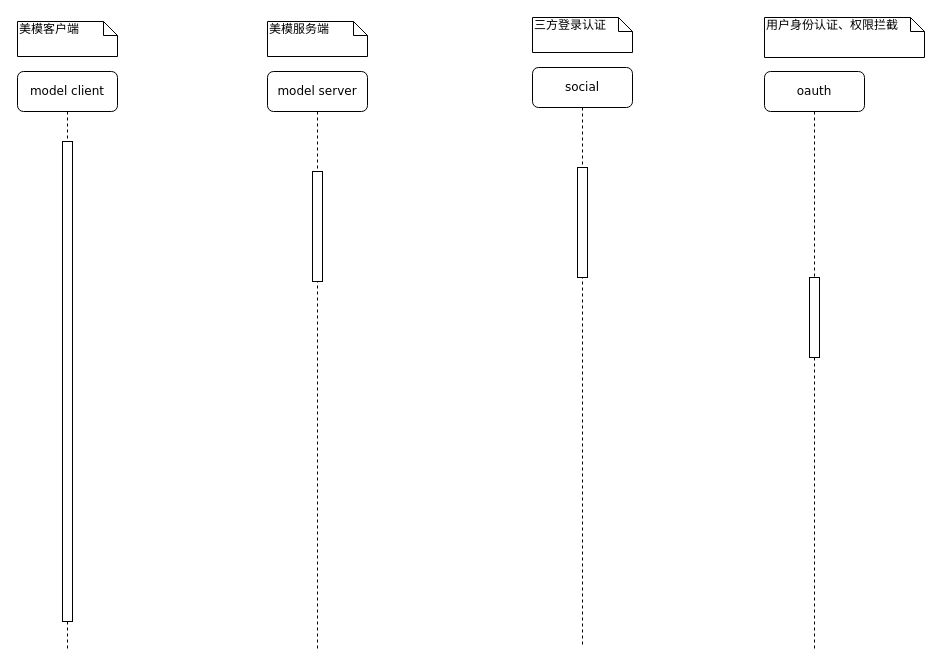
The draw.io diagram 登录时序图.drawio in ammengke/my-drawio, before the edit. Source tidied: cells renumbered, new cells numbered last; positions are measured from the earlier drawing's top-left corner, leaving out a move shared by most shapes. Both pictures are drawn from the tidied source at 100%, with x=0, y=0 at pixel (17, 17).
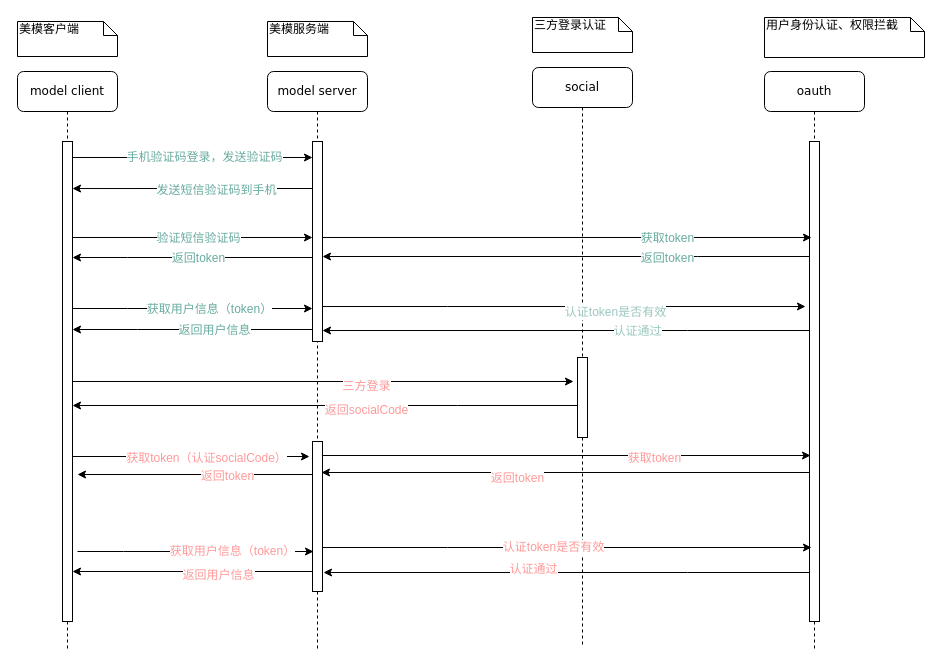
The same diagram, later.

Commit message:
Update 登录时序图.drawio

The change refers to these unchanged cells:
```xml
<mxCell id="2" value="social" style="shape=umlLifeline;perimeter=lifelinePerimeter;whiteSpace=wrap;html=1;rounded=1;shadow=0;comic=0;labelBackgroundColor=none;strokeColor=#000000;strokeWidth=1;fillColor=#FFFFFF;fontFamily=Verdana;fontSize=12;fontColor=#000000;align=center;" parent="1" vertex="1">
  <mxGeometry x="515" y="50" width="100" height="580" as="geometry" />
</mxCell>
<mxCell id="4" value="oauth" style="shape=umlLifeline;perimeter=lifelinePerimeter;whiteSpace=wrap;html=1;rounded=1;shadow=0;comic=0;labelBackgroundColor=none;strokeColor=#000000;strokeWidth=1;fillColor=#FFFFFF;fontFamily=Verdana;fontSize=12;fontColor=#000000;align=center;" parent="1" vertex="1">
  <mxGeometry x="747" y="54" width="100" height="580" as="geometry" />
</mxCell>
<mxCell id="8" value="model&amp;nbsp;server" style="shape=umlLifeline;perimeter=lifelinePerimeter;whiteSpace=wrap;html=1;rounded=1;shadow=0;comic=0;labelBackgroundColor=none;strokeColor=#000000;strokeWidth=1;fillColor=#FFFFFF;fontFamily=Verdana;fontSize=12;fontColor=#000000;align=center;" parent="1" vertex="1">
  <mxGeometry x="250" y="54" width="100" height="580" as="geometry" />
</mxCell>
<mxCell id="12" style="html=1;points=[];perimeter=orthogonalPerimeter;rounded=0;shadow=0;comic=0;labelBackgroundColor=none;strokeColor=#000000;strokeWidth=1;fillColor=#FFFFFF;fontFamily=Verdana;fontSize=12;fontColor=#000000;align=center;" parent="11" vertex="1">
  <mxGeometry x="45" y="70" width="10" height="480" as="geometry" />
</mxCell>
```

Change to the diagram source:
```diff
@@
-    <mxCell id="3" style="html=1;points=[];perimeter=orthogonalPerimeter;rounded=0;shadow=0;comic=0;labelBackgroundColor=none;strokeColor=#000000;strokeWidth=1;fillColor=#FFFFFF;fontFamily=Verdana;fontSize=12;fontColor=#000000;align=center;" parent="2" vertex="1">
-      <mxGeometry x="45" y="100" width="10" height="110" as="geometry" />
+    <mxCell id="3" style="html=1;points=[];perimeter=orthogonalPerimeter;rounded=0;shadow=0;comic=0;labelBackgroundColor=none;strokeColor=#000000;strokeWidth=1;fillColor=#FFFFFF;fontFamily=Verdana;fontSize=12;fontColor=#FF9999;align=center;" parent="2" vertex="1">
+      <mxGeometry x="45" y="290" width="10" height="80" as="geometry" />
     </mxCell>
@@
     <mxCell id="5" style="html=1;points=[];perimeter=orthogonalPerimeter;" parent="4" vertex="1">
-      <mxGeometry x="45" y="206" width="10" height="80" as="geometry" />
+      <mxGeometry x="45" y="70" width="10" height="480" as="geometry" />
     </mxCell>
@@
-    <mxCell id="9" style="html=1;points=[];perimeter=orthogonalPerimeter;rounded=0;shadow=0;comic=0;labelBackgroundColor=none;strokeColor=#000000;strokeWidth=1;fillColor=#FFFFFF;fontFamily=Verdana;fontSize=12;fontColor=#000000;align=center;" parent="8" vertex="1">
-      <mxGeometry x="45" y="100" width="10" height="110" as="geometry" />
+    <mxCell id="9" style="html=1;points=[];perimeter=orthogonalPerimeter;rounded=0;shadow=0;comic=0;labelBackgroundColor=none;strokeColor=#000000;strokeWidth=1;fillColor=#FFFFFF;fontFamily=Verdana;fontSize=12;fontColor=#67AB9F;align=center;" parent="8" vertex="1">
+      <mxGeometry x="45" y="70" width="10" height="200" as="geometry" />
     </mxCell>
+    <mxCell id="14" style="html=1;perimeter=orthogonalPerimeter;fontColor=#FF9999;" parent="8" vertex="1">
+      <mxGeometry x="45" y="370" width="10" height="150" as="geometry" />
+    </mxCell>
@@
+    <mxCell id="15" style="edgeStyle=orthogonalEdgeStyle;rounded=0;jettySize=auto;html=1;fontColor=#67AB9F;" parent="1" edge="1" source="12" target="9">
+      <mxGeometry relative="1" as="geometry">
+        <Array as="points">
+          <mxPoint x="200" y="140" />
+          <mxPoint x="200" y="140" />
+        </Array>
+      </mxGeometry>
+    </mxCell>
+    <mxCell id="16" value="手机验证码登录，发送验证码" style="text;html=1;align=center;verticalAlign=middle;labelBackgroundColor=#ffffff;fontColor=#67AB9F;" parent="15" vertex="1">
+      <mxGeometry x="0.21" y="14" relative="1" as="geometry">
+        <mxPoint x="-14" y="13" as="offset" />
+      </mxGeometry>
+    </mxCell>
+    <mxCell id="17" style="edgeStyle=orthogonalEdgeStyle;rounded=0;jettySize=auto;html=1;fontColor=#67AB9F;" parent="1" edge="1" source="12" target="9">
+      <mxGeometry relative="1" as="geometry">
+        <Array as="points">
+          <mxPoint x="180" y="220" />
+          <mxPoint x="180" y="220" />
+        </Array>
+      </mxGeometry>
+    </mxCell>
+    <mxCell id="18" value="验证短信验证码" style="text;html=1;align=center;verticalAlign=middle;labelBackgroundColor=#ffffff;fontColor=#67AB9F;" parent="17" vertex="1">
+      <mxGeometry x="0.38" y="3" relative="1" as="geometry">
+        <mxPoint x="-41" y="3" as="offset" />
+      </mxGeometry>
+    </mxCell>
+    <mxCell id="19" style="edgeStyle=orthogonalEdgeStyle;rounded=0;jettySize=auto;html=1;fontColor=#67AB9F;" parent="1" edge="1" source="9">
+      <mxGeometry relative="1" as="geometry">
+        <mxPoint x="794" y="220" as="targetPoint" />
+        <Array as="points">
+          <mxPoint x="794" y="220" />
+        </Array>
+      </mxGeometry>
+    </mxCell>
+    <mxCell id="20" value="获取token" style="text;html=1;align=center;verticalAlign=middle;labelBackgroundColor=#ffffff;fontColor=#67AB9F;" parent="19" vertex="1">
+      <mxGeometry x="-0.24" relative="1" as="geometry">
+        <mxPoint x="158" as="offset" />
+      </mxGeometry>
+    </mxCell>
+    <mxCell id="21" style="edgeStyle=orthogonalEdgeStyle;rounded=0;jettySize=auto;html=1;entryX=1;entryY=0.575;entryDx=0;entryDy=0;entryPerimeter=0;fontColor=#67AB9F;" parent="1" edge="1" source="5" target="9">
+      <mxGeometry relative="1" as="geometry">
+        <Array as="points">
+          <mxPoint x="680" y="239" />
+          <mxPoint x="680" y="239" />
+        </Array>
+      </mxGeometry>
+    </mxCell>
+    <mxCell id="22" value="返回token" style="text;html=1;align=center;verticalAlign=middle;labelBackgroundColor=#ffffff;fontColor=#67AB9F;" parent="21" vertex="1">
+      <mxGeometry x="0.06" y="3" relative="1" as="geometry">
+        <mxPoint x="115" y="-2" as="offset" />
+      </mxGeometry>
+    </mxCell>
+    <mxCell id="23" style="edgeStyle=orthogonalEdgeStyle;rounded=0;jettySize=auto;html=1;fontColor=#67AB9F;" parent="1" edge="1" source="9" target="12">
+      <mxGeometry relative="1" as="geometry">
+        <Array as="points">
+          <mxPoint x="110" y="240" />
+          <mxPoint x="110" y="240" />
+        </Array>
+      </mxGeometry>
+    </mxCell>
+    <mxCell id="24" value="返回token" style="text;html=1;align=center;verticalAlign=middle;labelBackgroundColor=#ffffff;fontColor=#67AB9F;" parent="23" vertex="1">
+      <mxGeometry x="0.54" y="92" relative="1" as="geometry">
+        <mxPoint x="70" y="-92" as="offset" />
+      </mxGeometry>
+    </mxCell>
+    <mxCell id="25" style="edgeStyle=orthogonalEdgeStyle;rounded=0;orthogonalLoop=1;jettySize=auto;html=1;entryX=0;entryY=0.725;entryDx=0;entryDy=0;entryPerimeter=0;fontColor=#67AB9F;" parent="1" edge="1">
+      <mxGeometry relative="1" as="geometry">
+        <mxPoint x="55" y="291" as="sourcePoint" />
+        <mxPoint x="295" y="291" as="targetPoint" />
+        <Array as="points">
+          <mxPoint x="110" y="291" />
+          <mxPoint x="110" y="291" />
+        </Array>
+      </mxGeometry>
+    </mxCell>
+    <mxCell id="26" value="获取用户信息（token）" style="text;html=1;align=center;verticalAlign=middle;labelBackgroundColor=#ffffff;fontColor=#67AB9F;" parent="25" vertex="1">
+      <mxGeometry x="0.13" relative="1" as="geometry" />
+    </mxCell>
+    <mxCell id="27" style="edgeStyle=orthogonalEdgeStyle;rounded=0;orthogonalLoop=1;jettySize=auto;html=1;fontColor=#67AB9F;" parent="1" edge="1">
+      <mxGeometry relative="1" as="geometry">
+        <mxPoint x="295" y="312" as="sourcePoint" />
+        <mxPoint x="55" y="312" as="targetPoint" />
+        <Array as="points">
+          <mxPoint x="120" y="312" />
+          <mxPoint x="120" y="312" />
+        </Array>
+      </mxGeometry>
+    </mxCell>
+    <mxCell id="28" value="返回用户信息" style="text;html=1;align=center;verticalAlign=middle;labelBackgroundColor=#ffffff;fontColor=#67AB9F;" parent="27" vertex="1">
+      <mxGeometry x="0.46" y="-76" relative="1" as="geometry">
+        <mxPoint x="76" y="76" as="offset" />
+      </mxGeometry>
+    </mxCell>
+    <mxCell id="29" style="edgeStyle=orthogonalEdgeStyle;rounded=0;jettySize=auto;html=1;entryX=-0.4;entryY=0.3;entryDx=0;entryDy=0;entryPerimeter=0;fontColor=#FF9999;" parent="1" edge="1" source="12" target="3">
+      <mxGeometry relative="1" as="geometry" />
+    </mxCell>
+    <mxCell id="30" value="三方登录" style="text;html=1;align=center;verticalAlign=middle;labelBackgroundColor=#ffffff;fontColor=#FF9999;" parent="29" vertex="1">
+      <mxGeometry x="0.17" y="-4" relative="1" as="geometry" />
+    </mxCell>
+    <mxCell id="31" style="edgeStyle=orthogonalEdgeStyle;rounded=0;jettySize=auto;html=1;entryX=1;entryY=0.55;entryDx=0;entryDy=0;entryPerimeter=0;fontColor=#FF9999;" parent="1" edge="1" source="3" target="12">
+      <mxGeometry relative="1" as="geometry">
+        <Array as="points">
+          <mxPoint x="440" y="388" />
+          <mxPoint x="440" y="388" />
+        </Array>
+      </mxGeometry>
+    </mxCell>
+    <mxCell id="32" value="返回socialCode" style="text;html=1;align=center;verticalAlign=middle;labelBackgroundColor=#ffffff;fontColor=#FF9999;" parent="31" vertex="1">
+      <mxGeometry x="-0.16" y="4" relative="1" as="geometry" />
+    </mxCell>
+    <mxCell id="33" style="edgeStyle=orthogonalEdgeStyle;rounded=0;jettySize=auto;html=1;entryX=1;entryY=0.098;entryDx=0;entryDy=0;entryPerimeter=0;fontColor=#67AB9F;" parent="1" edge="1" source="9" target="12">
+      <mxGeometry relative="1" as="geometry">
+        <Array as="points">
+          <mxPoint x="210" y="171" />
+          <mxPoint x="210" y="171" />
+        </Array>
+      </mxGeometry>
+    </mxCell>
+    <mxCell id="34" value="发送短信验证码到手机" style="text;html=1;align=center;verticalAlign=middle;labelBackgroundColor=#ffffff;fontColor=#67AB9F;" parent="33" vertex="1">
+      <mxGeometry x="-0.19" y="1" relative="1" as="geometry" />
+    </mxCell>
+    <mxCell id="35" style="edgeStyle=orthogonalEdgeStyle;rounded=0;jettySize=auto;html=1;fontColor=#FF9999;" parent="1" edge="1" source="12">
+      <mxGeometry relative="1" as="geometry">
+        <mxPoint x="292" y="439" as="targetPoint" />
+        <Array as="points">
+          <mxPoint x="120" y="439" />
+          <mxPoint x="120" y="439" />
+        </Array>
+      </mxGeometry>
+    </mxCell>
+    <mxCell id="36" value="获取token（认证socialCode）" style="text;html=1;align=center;verticalAlign=middle;labelBackgroundColor=#ffffff;fontColor=#FF9999;" parent="35" vertex="1">
+      <mxGeometry x="0.16" y="-1" relative="1" as="geometry">
+        <mxPoint x="-4" as="offset" />
+      </mxGeometry>
+    </mxCell>
+    <mxCell id="37" style="edgeStyle=orthogonalEdgeStyle;rounded=0;orthogonalLoop=1;jettySize=auto;html=1;entryX=0.1;entryY=0.652;entryDx=0;entryDy=0;entryPerimeter=0;fontColor=#FF9999;" parent="1" edge="1">
+      <mxGeometry relative="1" as="geometry">
+        <mxPoint x="305" y="441" as="sourcePoint" />
+        <mxPoint x="793" y="438" as="targetPoint" />
+        <Array as="points">
+          <mxPoint x="305" y="438" />
+        </Array>
+      </mxGeometry>
+    </mxCell>
+    <mxCell id="38" value="获取token" style="text;html=1;align=center;verticalAlign=middle;labelBackgroundColor=#ffffff;fontColor=#FF9999;" parent="37" vertex="1">
+      <mxGeometry x="0.36" y="-2" relative="1" as="geometry" />
+    </mxCell>
+    <mxCell id="39" style="edgeStyle=orthogonalEdgeStyle;rounded=0;jettySize=auto;html=1;fontColor=#FF9999;" parent="1" edge="1" source="5">
+      <mxGeometry relative="1" as="geometry">
+        <mxPoint x="304" y="455" as="targetPoint" />
+        <Array as="points">
+          <mxPoint x="304" y="455" />
+        </Array>
+      </mxGeometry>
+    </mxCell>
+    <mxCell id="40" value="返回token" style="text;html=1;align=center;verticalAlign=middle;labelBackgroundColor=#ffffff;fontColor=#FF9999;" parent="39" vertex="1">
+      <mxGeometry x="0.06" y="1" relative="1" as="geometry">
+        <mxPoint x="-34" y="4" as="offset" />
+      </mxGeometry>
+    </mxCell>
+    <mxCell id="41" style="edgeStyle=orthogonalEdgeStyle;rounded=0;orthogonalLoop=1;jettySize=auto;html=1;entryX=1.5;entryY=0.7;entryDx=0;entryDy=0;entryPerimeter=0;fontColor=#FF9999;" parent="1" edge="1">
+      <mxGeometry relative="1" as="geometry">
+        <mxPoint x="295" y="457" as="sourcePoint" />
+        <mxPoint x="60" y="457" as="targetPoint" />
+        <Array as="points">
+          <mxPoint x="230" y="457" />
+          <mxPoint x="230" y="457" />
+        </Array>
+      </mxGeometry>
+    </mxCell>
+    <mxCell id="42" value="返回token" style="text;html=1;align=center;verticalAlign=middle;labelBackgroundColor=#ffffff;fontColor=#FF9999;" parent="41" vertex="1">
+      <mxGeometry x="-0.27" y="1" relative="1" as="geometry" />
+    </mxCell>
+    <mxCell id="43" style="edgeStyle=orthogonalEdgeStyle;rounded=0;orthogonalLoop=1;jettySize=auto;html=1;entryX=0.5;entryY=0.688;entryDx=0;entryDy=0;entryPerimeter=0;fontColor=#FF9999;" parent="1" edge="1">
+      <mxGeometry relative="1" as="geometry">
+        <mxPoint x="60" y="534" as="sourcePoint" />
+        <mxPoint x="296" y="534" as="targetPoint" />
+        <Array as="points">
+          <mxPoint x="106" y="534" />
+          <mxPoint x="106" y="534" />
+        </Array>
+      </mxGeometry>
+    </mxCell>
+    <mxCell id="44" value="获取用户信息（token）" style="text;html=1;align=center;verticalAlign=middle;labelBackgroundColor=#ffffff;fontColor=#FF9999;" parent="43" vertex="1">
+      <mxGeometry x="0.38" y="1" relative="1" as="geometry">
+        <mxPoint x="-9" as="offset" />
+      </mxGeometry>
+    </mxCell>
+    <mxCell id="45" style="edgeStyle=orthogonalEdgeStyle;rounded=0;orthogonalLoop=1;jettySize=auto;html=1;entryX=1;entryY=0.804;entryDx=0;entryDy=0;entryPerimeter=0;fontColor=#FF9999;" parent="1" edge="1">
+      <mxGeometry relative="1" as="geometry">
+        <mxPoint x="295" y="554" as="sourcePoint" />
+        <mxPoint x="55" y="554" as="targetPoint" />
+        <Array as="points">
+          <mxPoint x="230" y="554" />
+          <mxPoint x="230" y="554" />
+        </Array>
+      </mxGeometry>
+    </mxCell>
+    <mxCell id="46" value="返回用户信息" style="text;html=1;align=center;verticalAlign=middle;labelBackgroundColor=#ffffff;fontColor=#FF9999;" parent="45" vertex="1">
+      <mxGeometry x="-0.21" y="3" relative="1" as="geometry" />
+    </mxCell>
+    <mxCell id="47" style="edgeStyle=orthogonalEdgeStyle;rounded=0;orthogonalLoop=1;jettySize=auto;html=1;entryX=0.2;entryY=0.754;entryDx=0;entryDy=0;entryPerimeter=0;fontColor=#FF9999;" parent="1" edge="1">
+      <mxGeometry relative="1" as="geometry">
+        <mxPoint x="305" y="530" as="sourcePoint" />
+        <mxPoint x="794" y="530" as="targetPoint" />
+        <Array as="points">
+          <mxPoint x="430" y="530" />
+          <mxPoint x="430" y="530" />
+        </Array>
+      </mxGeometry>
+    </mxCell>
+    <mxCell id="48" value="认证token是否有效" style="text;html=1;align=center;verticalAlign=middle;labelBackgroundColor=#ffffff;fontColor=#FF9999;" parent="47" vertex="1">
+      <mxGeometry x="-0.06" y="1" relative="1" as="geometry" />
+    </mxCell>
+    <mxCell id="49" style="edgeStyle=orthogonalEdgeStyle;rounded=0;orthogonalLoop=1;jettySize=auto;html=1;fontColor=#FF9999;" parent="1" edge="1">
+      <mxGeometry relative="1" as="geometry">
+        <mxPoint x="792" y="555" as="sourcePoint" />
+        <mxPoint x="306" y="555" as="targetPoint" />
+        <Array as="points">
+          <mxPoint x="670" y="555" />
+          <mxPoint x="670" y="555" />
+        </Array>
+      </mxGeometry>
+    </mxCell>
+    <mxCell id="50" value="认证通过" style="text;html=1;align=center;verticalAlign=middle;labelBackgroundColor=#ffffff;fontColor=#FF9999;" parent="49" vertex="1">
+      <mxGeometry x="0.14" y="-4" relative="1" as="geometry" />
+    </mxCell>
+    <mxCell id="51" style="edgeStyle=orthogonalEdgeStyle;rounded=0;jettySize=auto;html=1;fontColor=#FF9999;" parent="1" edge="1" source="9">
+      <mxGeometry relative="1" as="geometry">
+        <mxPoint x="788" y="289" as="targetPoint" />
+        <Array as="points">
+          <mxPoint x="430" y="289" />
+          <mxPoint x="430" y="289" />
+        </Array>
+      </mxGeometry>
+    </mxCell>
+    <mxCell id="52" value="认证token是否有效" style="text;html=1;align=center;verticalAlign=middle;labelBackgroundColor=#ffffff;fontColor=#9AC7BF;" parent="51" vertex="1">
+      <mxGeometry x="0.21" y="-5" relative="1" as="geometry" />
+    </mxCell>
+    <mxCell id="53" style="edgeStyle=orthogonalEdgeStyle;rounded=0;jettySize=auto;html=1;entryX=1;entryY=0.945;entryDx=0;entryDy=0;entryPerimeter=0;fontColor=#FF9999;" parent="1" edge="1" source="5" target="9">
+      <mxGeometry relative="1" as="geometry">
+        <Array as="points">
+          <mxPoint x="670" y="313" />
+          <mxPoint x="670" y="313" />
+        </Array>
+      </mxGeometry>
+    </mxCell>
+    <mxCell id="54" value="认证通过" style="text;html=1;align=center;verticalAlign=middle;labelBackgroundColor=#ffffff;fontColor=#9AC7BF;" parent="53" vertex="1">
+      <mxGeometry x="-0.29" relative="1" as="geometry" />
+    </mxCell>
```
